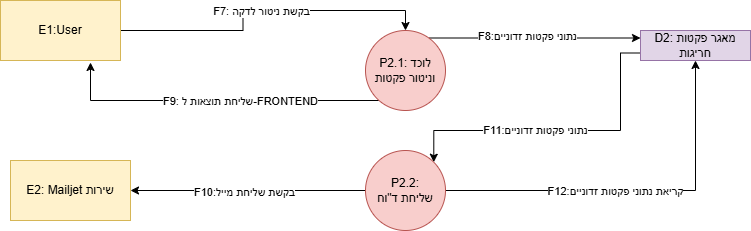
Above: הפרוייקט/DFD1p2SUB.drawio.png in EyasSh/WiresharkClone (draw.io), before the change. Source tidied: cells renumbered, new cells last; positions are measured from the earlier drawing's top-left corner, leaving out a move shared by most shapes. The source it was exported from:
```xml
<mxGraphModel>
  <root>
    <mxCell id="0" />
    <mxCell id="1" parent="0" />
    <mxCell id="2" style="edgeStyle=orthogonalEdgeStyle;rounded=0;jettySize=auto;html=1;" parent="1" edge="1" source="6">
      <mxGeometry relative="1" as="geometry">
        <mxPoint x="90" y="62" as="targetPoint" />
        <Array as="points">
          <mxPoint x="90" y="100" />
          <mxPoint x="90" y="62" />
        </Array>
      </mxGeometry>
    </mxCell>
    <mxCell id="3" value="F9: שליחת תוצאות ל-FRONTEND" style="edgeLabel;html=1;align=center;verticalAlign=middle;" parent="2" vertex="1">
      <mxGeometry x="-0.61" relative="1" as="geometry">
        <mxPoint x="-76" as="offset" />
      </mxGeometry>
    </mxCell>
    <mxCell id="4" style="edgeStyle=orthogonalEdgeStyle;rounded=0;jettySize=auto;html=1;entryX=0;entryY=0.25;entryDx=0;entryDy=0;" parent="1" edge="1" source="6" target="9">
      <mxGeometry relative="1" as="geometry">
        <Array as="points">
          <mxPoint x="543" y="38" />
        </Array>
      </mxGeometry>
    </mxCell>
    <mxCell id="5" value="F8:נתוני פקטות&amp;nbsp;זדוניים" style="edgeLabel;html=1;align=center;verticalAlign=middle;" parent="4" vertex="1">
      <mxGeometry x="-0.08" y="3" relative="1" as="geometry">
        <mxPoint y="1" as="offset" />
      </mxGeometry>
    </mxCell>
    <mxCell id="6" value="P2.1:לוכד&amp;nbsp; וניטור פקטות" style="ellipse;whiteSpace=wrap;html=1;fillColor=#f8cecc;strokeColor=#b85450;" parent="1" vertex="1">
      <mxGeometry x="365" y="30" width="80" height="80" as="geometry" />
    </mxCell>
    <mxCell id="7" style="edgeStyle=orthogonalEdgeStyle;rounded=0;jettySize=auto;html=1;entryX=1;entryY=0;entryDx=0;entryDy=0;exitX=0;exitY=0.75;exitDx=0;exitDy=0;" parent="1" edge="1" source="9" target="18">
      <mxGeometry relative="1" as="geometry">
        <Array as="points">
          <mxPoint x="620" y="53" />
          <mxPoint x="620" y="130" />
          <mxPoint x="433" y="130" />
        </Array>
      </mxGeometry>
    </mxCell>
    <mxCell id="8" value="F11:נתוני פקטות זדוניים" style="edgeLabel;html=1;align=center;verticalAlign=middle;" parent="7" vertex="1">
      <mxGeometry x="0.16" y="-1" relative="1" as="geometry" />
    </mxCell>
    <mxCell id="9" value="D2: מאגר פקטות חריגות" style="rounded=0;whiteSpace=wrap;html=1;fillColor=#e1d5e7;strokeColor=#9673a6;" parent="1" vertex="1">
      <mxGeometry x="640" y="30" width="110" height="30" as="geometry" />
    </mxCell>
    <mxCell id="10" style="edgeStyle=orthogonalEdgeStyle;rounded=0;jettySize=auto;html=1;entryX=0.5;entryY=0;entryDx=0;entryDy=0;" parent="1" edge="1" source="12" target="6">
      <mxGeometry relative="1" as="geometry" />
    </mxCell>
    <mxCell id="11" value="F7: בקשת ניטור לדקה" style="edgeLabel;html=1;align=center;verticalAlign=middle;" parent="10" vertex="1">
      <mxGeometry x="-0.11" y="2" relative="1" as="geometry">
        <mxPoint x="15" y="2" as="offset" />
      </mxGeometry>
    </mxCell>
    <mxCell id="12" value="E1:User" style="rounded=0;whiteSpace=wrap;html=1;fillColor=#fff2cc;strokeColor=#d6b656;" parent="1" vertex="1">
      <mxGeometry width="120" height="60" as="geometry" />
    </mxCell>
    <mxCell id="13" value="E2: Mailjet שירות" style="rounded=0;whiteSpace=wrap;html=1;fillColor=#fff2cc;strokeColor=#d6b656;" parent="1" vertex="1">
      <mxGeometry x="10" y="160" width="120" height="60" as="geometry" />
    </mxCell>
    <mxCell id="14" style="edgeStyle=orthogonalEdgeStyle;rounded=0;jettySize=auto;html=1;entryX=1;entryY=0.5;entryDx=0;entryDy=0;" parent="1" edge="1" source="18" target="13">
      <mxGeometry relative="1" as="geometry" />
    </mxCell>
    <mxCell id="15" value="F10:בקשת שליחת מייל" style="edgeLabel;html=1;align=center;verticalAlign=middle;" parent="14" vertex="1">
      <mxGeometry x="0.05" y="1" relative="1" as="geometry">
        <mxPoint x="1" as="offset" />
      </mxGeometry>
    </mxCell>
    <mxCell id="16" style="edgeStyle=orthogonalEdgeStyle;rounded=0;jettySize=auto;html=1;entryX=0.5;entryY=1;entryDx=0;entryDy=0;" parent="1" edge="1" source="18" target="9">
      <mxGeometry relative="1" as="geometry" />
    </mxCell>
    <mxCell id="17" value="F12:קריאת נתוני פקטות&amp;nbsp;זדוניים" style="edgeLabel;html=1;align=center;verticalAlign=middle;" parent="16" vertex="1">
      <mxGeometry x="-0.11" y="1" relative="1" as="geometry">
        <mxPoint y="1" as="offset" />
      </mxGeometry>
    </mxCell>
    <mxCell id="18" value="&lt;div&gt;P2.2:&lt;/div&gt;&lt;div&gt;שליחת&amp;nbsp;ד&quot;וח&lt;/div&gt;" style="ellipse;whiteSpace=wrap;html=1;fillColor=#f8cecc;strokeColor=#b85450;" parent="1" vertex="1">
      <mxGeometry x="365" y="150" width="80" height="80" as="geometry" />
    </mxCell>
  </root>
</mxGraphModel>
```
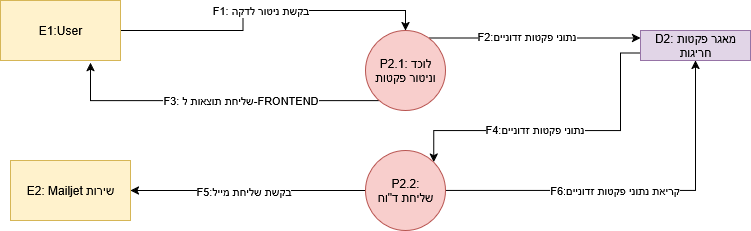
The same diagram one commit later.

Change to the diagram source:
```diff
@@ -11,7 +11,7 @@
         </Array>
       </mxGeometry>
     </mxCell>
-    <mxCell id="3" value="F9: שליחת תוצאות ל-FRONTEND" style="edgeLabel;html=1;align=center;verticalAlign=middle;" parent="2" vertex="1">
+    <mxCell id="3" value="F3: שליחת תוצאות ל-FRONTEND" style="edgeLabel;html=1;align=center;verticalAlign=middle;" parent="2" vertex="1">
       <mxGeometry x="-0.61" relative="1" as="geometry">
         <mxPoint x="-76" as="offset" />
       </mxGeometry>
@@ -23,7 +23,7 @@
         </Array>
       </mxGeometry>
     </mxCell>
-    <mxCell id="5" value="F8:נתוני פקטות&amp;nbsp;זדוניים" style="edgeLabel;html=1;align=center;verticalAlign=middle;" parent="4" vertex="1">
+    <mxCell id="5" value="F2:נתוני פקטות&amp;nbsp;זדוניים" style="edgeLabel;html=1;align=center;verticalAlign=middle;" parent="4" vertex="1">
       <mxGeometry x="-0.08" y="3" relative="1" as="geometry">
         <mxPoint y="1" as="offset" />
       </mxGeometry>
@@ -40,7 +40,7 @@
         </Array>
       </mxGeometry>
     </mxCell>
-    <mxCell id="8" value="F11:נתוני פקטות זדוניים" style="edgeLabel;html=1;align=center;verticalAlign=middle;" parent="7" vertex="1">
+    <mxCell id="8" value="F4:נתוני פקטות זדוניים" style="edgeLabel;html=1;align=center;verticalAlign=middle;" parent="7" vertex="1">
       <mxGeometry x="0.16" y="-1" relative="1" as="geometry" />
     </mxCell>
     <mxCell id="9" value="D2: מאגר פקטות חריגות" style="rounded=0;whiteSpace=wrap;html=1;fillColor=#e1d5e7;strokeColor=#9673a6;" parent="1" vertex="1">
@@ -49,7 +49,7 @@
     <mxCell id="10" style="edgeStyle=orthogonalEdgeStyle;rounded=0;jettySize=auto;html=1;entryX=0.5;entryY=0;entryDx=0;entryDy=0;" parent="1" edge="1" source="12" target="6">
       <mxGeometry relative="1" as="geometry" />
     </mxCell>
-    <mxCell id="11" value="F7: בקשת ניטור לדקה" style="edgeLabel;html=1;align=center;verticalAlign=middle;" parent="10" vertex="1">
+    <mxCell id="11" value="F1: בקשת ניטור לדקה" style="edgeLabel;html=1;align=center;verticalAlign=middle;" parent="10" vertex="1">
       <mxGeometry x="-0.11" y="2" relative="1" as="geometry">
         <mxPoint x="15" y="2" as="offset" />
       </mxGeometry>
@@ -63,7 +63,7 @@
     <mxCell id="14" style="edgeStyle=orthogonalEdgeStyle;rounded=0;jettySize=auto;html=1;entryX=1;entryY=0.5;entryDx=0;entryDy=0;" parent="1" edge="1" source="18" target="13">
       <mxGeometry relative="1" as="geometry" />
     </mxCell>
-    <mxCell id="15" value="F10:בקשת שליחת מייל" style="edgeLabel;html=1;align=center;verticalAlign=middle;" parent="14" vertex="1">
+    <mxCell id="15" value="F5:בקשת שליחת מייל" style="edgeLabel;html=1;align=center;verticalAlign=middle;" parent="14" vertex="1">
       <mxGeometry x="0.05" y="1" relative="1" as="geometry">
         <mxPoint x="1" as="offset" />
       </mxGeometry>
@@ -71,7 +71,7 @@
     <mxCell id="16" style="edgeStyle=orthogonalEdgeStyle;rounded=0;jettySize=auto;html=1;entryX=0.5;entryY=1;entryDx=0;entryDy=0;" parent="1" edge="1" source="18" target="9">
       <mxGeometry relative="1" as="geometry" />
     </mxCell>
-    <mxCell id="17" value="F12:קריאת נתוני פקטות&amp;nbsp;זדוניים" style="edgeLabel;html=1;align=center;verticalAlign=middle;" parent="16" vertex="1">
+    <mxCell id="17" value="F6:קריאת נתוני פקטות&amp;nbsp;זדוניים" style="edgeLabel;html=1;align=center;verticalAlign=middle;" parent="16" vertex="1">
       <mxGeometry x="-0.11" y="1" relative="1" as="geometry">
         <mxPoint y="1" as="offset" />
       </mxGeometry>
```
